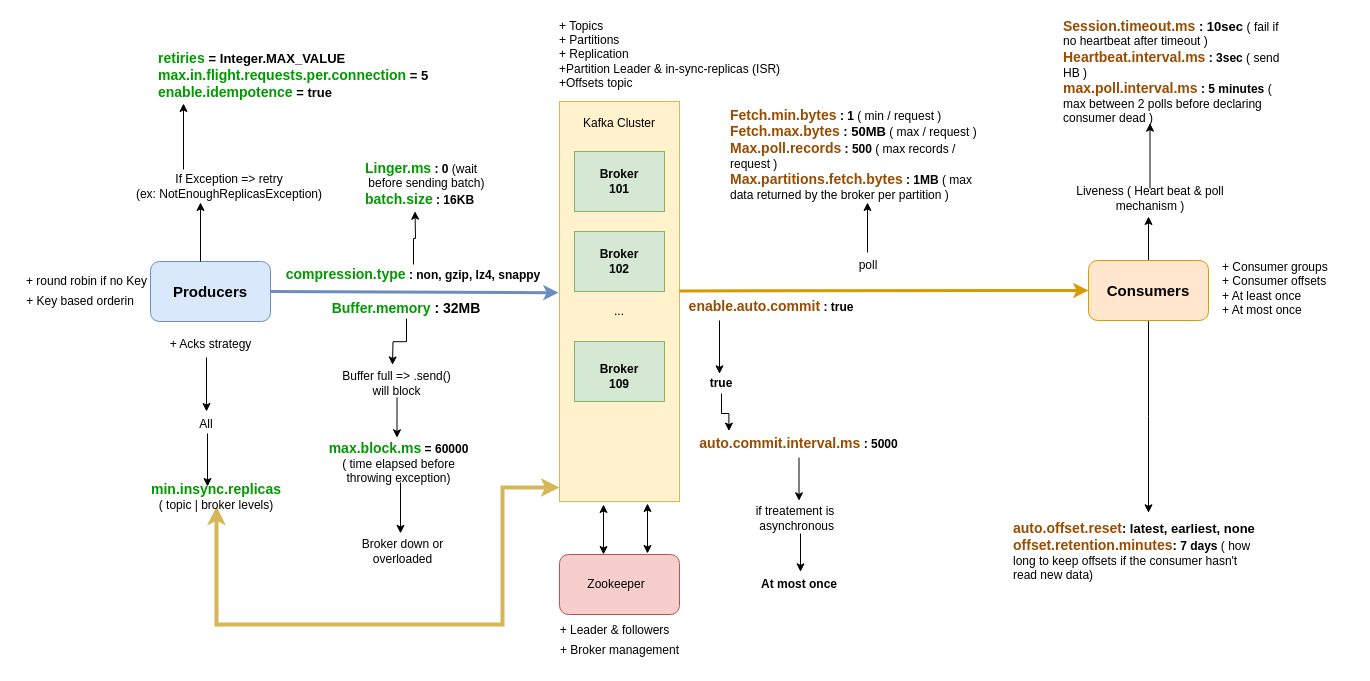
top-dr/kafka-diagrams keeps this draw.io diagram as page "Page-1" (1 of 2) of kafka-core/Untitled Diagram.drawio. Above is the earlier version. Source tidied: cells renumbered, new cells numbered last; positions are measured from the earlier drawing's top-left corner, leaving out a move shared by most shapes. Both pictures are drawn from the tidied source at 100%, with x=0, y=0 at pixel (17, 20).
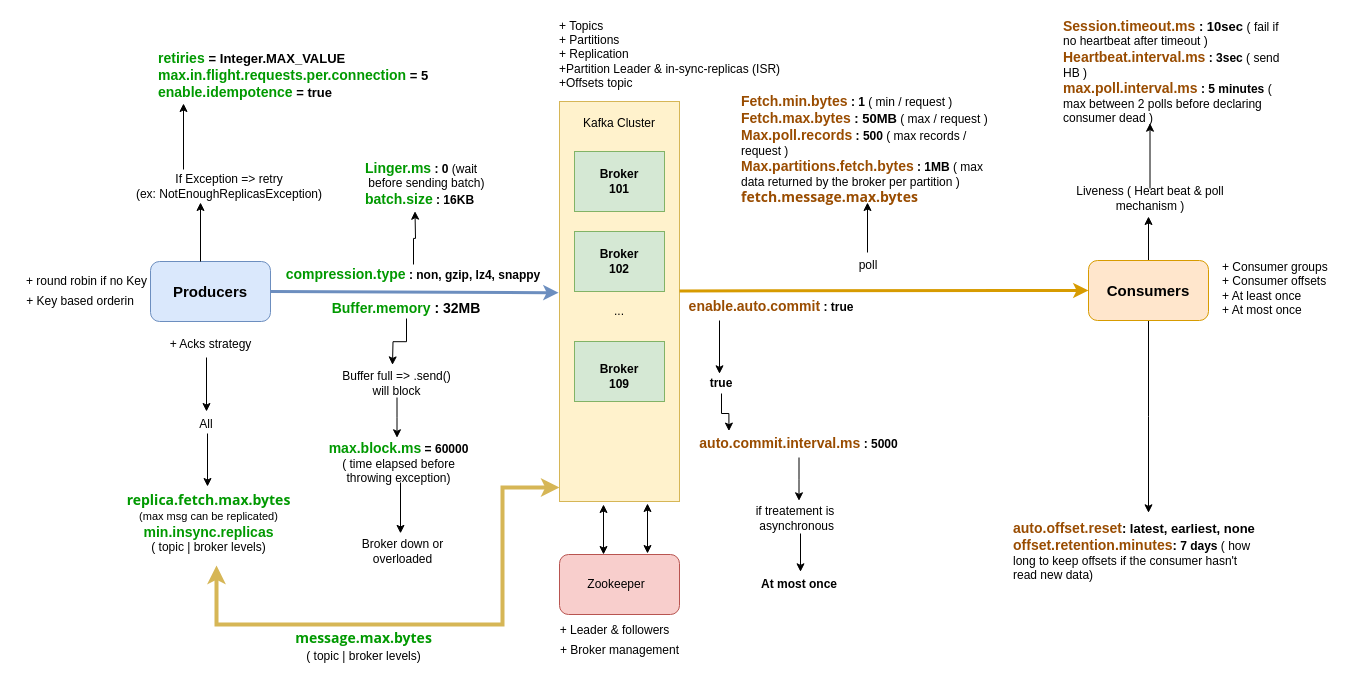
The same diagram, later.

The change refers to these unchanged cells:
```xml
<mxCell id="3" style="rounded=0;whiteSpace=wrap;html=1;fillColor=#fff2cc;strokeColor=#d6b656;" parent="1" vertex="1">
  <mxGeometry x="542" y="81" width="120" height="400" as="geometry" />
</mxCell>
```

What changed in the source:
```diff
@@
-    <mxCell id="2" style="edgeStyle=orthogonalEdgeStyle;rounded=0;jettySize=auto;html=1;fillColor=#fff2cc;strokeColor=#d6b656;strokeWidth=4;startArrow=classic;startFill=1;" parent="1" edge="1" source="3" target="26">
+    <mxCell id="2" style="edgeStyle=orthogonalEdgeStyle;rounded=0;jettySize=auto;html=1;fillColor=#fff2cc;strokeColor=#d6b656;strokeWidth=4;startArrow=classic;startFill=1;" parent="1" edge="1" source="3">
       <mxGeometry relative="1" as="geometry">
+        <mxPoint x="199" y="545" as="targetPoint" />
         <Array as="points">
           <mxPoint x="485" y="467" />
           <mxPoint x="485" y="604" />
           <mxPoint x="199" y="604" />
         </Array>
       </mxGeometry>
     </mxCell>
@@
-    <mxCell id="26" value="&lt;font color=&quot;#009900&quot; style=&quot;font-size: 14px&quot;&gt;&lt;b&gt;min.insync.replicas&lt;/b&gt;&lt;br&gt;&lt;/font&gt;( topic | broker levels)" style="text;html=1;strokeColor=none;fillColor=none;align=center;verticalAlign=middle;whiteSpace=wrap;rounded=0;" parent="1" vertex="1">
-      <mxGeometry x="123" y="466" width="152" height="20" as="geometry" />
+    <mxCell id="26" value="&lt;span style=&quot;box-sizing: border-box ; font-stretch: inherit ; line-height: inherit ; font-family: &amp;#34;open sans&amp;#34; , &amp;#34;helvetica&amp;#34; , &amp;#34;arial&amp;#34; , sans-serif ; font-weight: 700 ; text-align: left ; background-color: rgb(255 , 255 , 255) ; font-size: 14px&quot;&gt;&lt;font style=&quot;font-size: 14px&quot; color=&quot;#009900&quot;&gt;replica.fetch.max.bytes&lt;/font&gt;&lt;/span&gt;&lt;font&gt;&lt;font style=&quot;font-size: 14px ; font-weight: bold ; color: rgb(0 , 153 , 0)&quot;&gt;&lt;br&gt;&lt;/font&gt;&lt;span style=&quot;font-size: 11px&quot;&gt;(max msg can be replicated)&lt;/span&gt;&lt;br&gt;&lt;font color=&quot;#009900&quot; style=&quot;font-size: 14px&quot;&gt;&lt;b&gt;min.insync.replicas&lt;/b&gt;&lt;/font&gt;&lt;br&gt;&lt;/font&gt;( topic | broker levels)" style="text;html=1;strokeColor=none;fillColor=none;align=center;verticalAlign=middle;whiteSpace=wrap;rounded=0;" parent="1" vertex="1">
+      <mxGeometry x="60" y="468" width="263" height="70" as="geometry" />
     </mxCell>
@@
-    <mxCell id="49" value="&lt;b&gt;&lt;font color=&quot;#994c00&quot; style=&quot;font-size: 14px&quot;&gt;Fetch.min.bytes&lt;/font&gt; : 1&lt;/b&gt; ( min / request )&lt;br&gt;&lt;b&gt;&lt;font style=&quot;font-size: 14px&quot; color=&quot;#994c00&quot;&gt;Fetch.max.bytes&lt;/font&gt;&lt;span style=&quot;font-size: 13px&quot;&gt; : 50MB&lt;/span&gt;&lt;/b&gt; ( max / request )&lt;br&gt;&lt;b&gt;&lt;font color=&quot;#994c00&quot; style=&quot;font-size: 14px&quot;&gt;Max.poll.records&lt;/font&gt; : 500&lt;/b&gt; ( max records / request )&lt;br&gt;&lt;b&gt;&lt;font color=&quot;#994c00&quot; style=&quot;font-size: 14px&quot;&gt;Max.partitions.fetch.bytes&lt;/font&gt; : 1MB&lt;/b&gt; ( max data returned by the broker per partition )" style="text;html=1;strokeColor=none;fillColor=none;align=left;verticalAlign=middle;whiteSpace=wrap;rounded=0;" parent="1" vertex="1">
-      <mxGeometry x="711" y="84" width="249" height="99" as="geometry" />
+    <mxCell id="49" value="&lt;b&gt;&lt;font color=&quot;#994c00&quot; style=&quot;font-size: 14px&quot;&gt;Fetch.min.bytes&lt;/font&gt; : 1&lt;/b&gt; ( min / request )&lt;br&gt;&lt;b&gt;&lt;font style=&quot;font-size: 14px&quot; color=&quot;#994c00&quot;&gt;Fetch.max.bytes&lt;/font&gt;&lt;span style=&quot;font-size: 13px&quot;&gt; : 50MB&lt;/span&gt;&lt;/b&gt; ( max / request )&lt;br&gt;&lt;b&gt;&lt;font color=&quot;#994c00&quot; style=&quot;font-size: 14px&quot;&gt;Max.poll.records&lt;/font&gt; : 500&lt;/b&gt; ( max records / request )&lt;br&gt;&lt;b&gt;&lt;font color=&quot;#994c00&quot; style=&quot;font-size: 14px&quot;&gt;Max.partitions.fetch.bytes&lt;/font&gt; : 1MB&lt;/b&gt; ( max data returned by the broker per partition )&lt;br&gt;&lt;span style=&quot;box-sizing: border-box ; font-stretch: inherit ; line-height: inherit ; font-family: &amp;#34;open sans&amp;#34; , &amp;#34;helvetica&amp;#34; , &amp;#34;arial&amp;#34; , sans-serif ; font-weight: 700 ; background-color: rgb(255 , 255 , 255)&quot;&gt;&lt;font style=&quot;font-size: 14px&quot; color=&quot;#994c00&quot;&gt;fetch.message.max.bytes&lt;/font&gt;&lt;/span&gt;" style="text;html=1;strokeColor=none;fillColor=none;align=left;verticalAlign=middle;whiteSpace=wrap;rounded=0;" parent="1" vertex="1">
+      <mxGeometry x="722" y="54" width="249" height="150" as="geometry" />
     </mxCell>
@@
+    <mxCell id="65" value="&lt;span style=&quot;color: rgb(0 , 153 , 0) ; font-size: 14px ; box-sizing: border-box ; font-stretch: inherit ; line-height: inherit ; font-family: &amp;#34;open sans&amp;#34; , &amp;#34;helvetica&amp;#34; , &amp;#34;arial&amp;#34; , sans-serif ; font-weight: 700 ; text-align: left ; background-color: rgb(255 , 255 , 255)&quot;&gt;message.max.bytes&lt;br&gt;&lt;/span&gt;&lt;font style=&quot;color: rgb(0 , 153 , 0) ; font-size: 14px&quot;&gt;&lt;span style=&quot;color: rgb(0 , 0 , 0) ; font-size: 12px&quot;&gt;( topic | broker levels)&lt;/span&gt;&lt;br&gt;&lt;/font&gt;" style="text;html=1;strokeColor=none;fillColor=none;align=center;verticalAlign=middle;whiteSpace=wrap;rounded=0;" parent="1" vertex="1">
+      <mxGeometry x="279" y="616" width="135" height="20" as="geometry" />
+    </mxCell>
```
